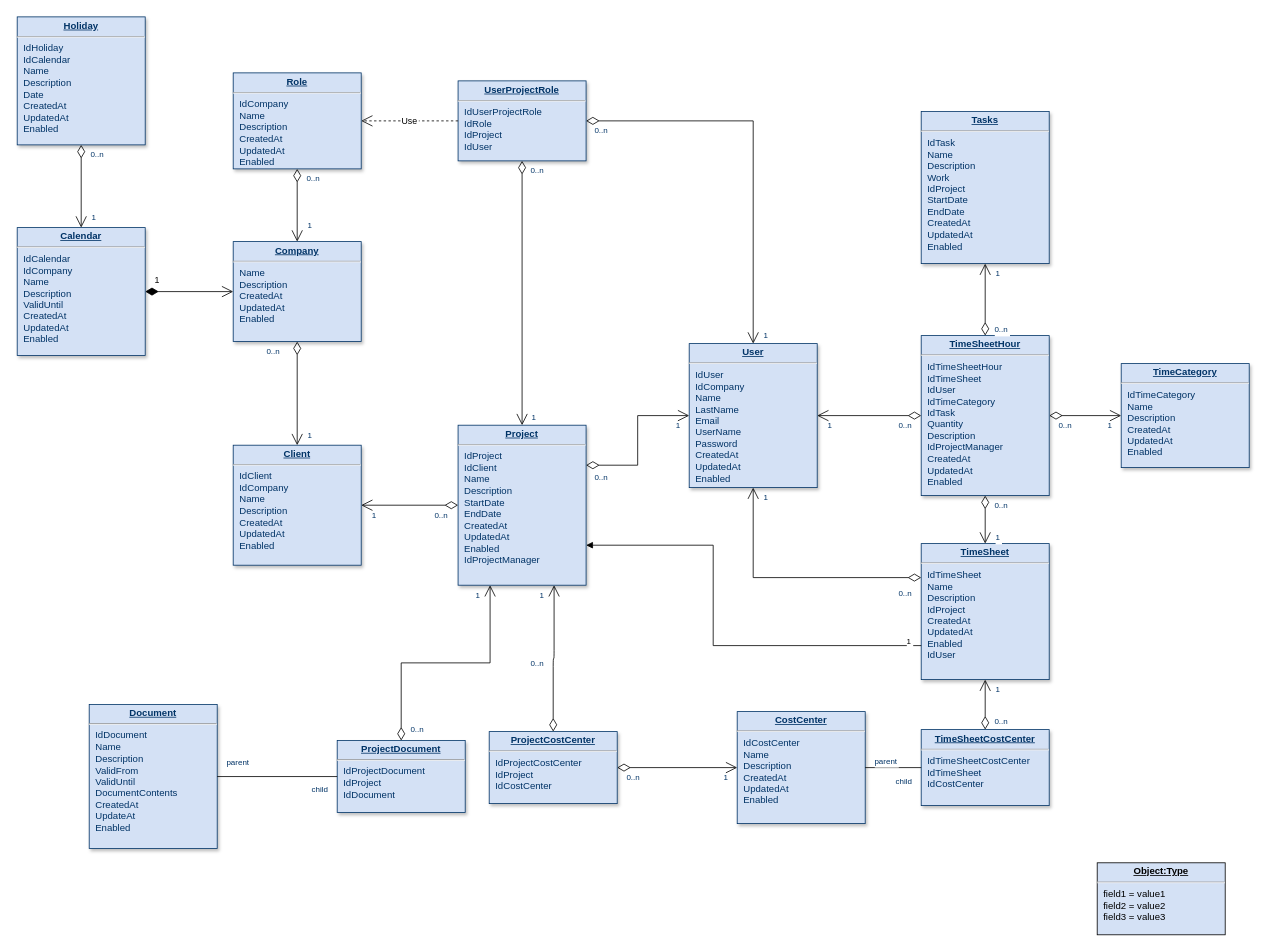
Earlier version of the draw.io diagram page "Page-1" (1 of 2) of 未命名绘图.drawio (duffiye/book). Source tidied: cells renumbered, new cells numbered last; positions are measured from the earlier drawing's top-left corner, leaving out a move shared by most shapes. Both pictures are drawn from the tidied source at 80%, with x=0, y=0 at pixel (17, 17).
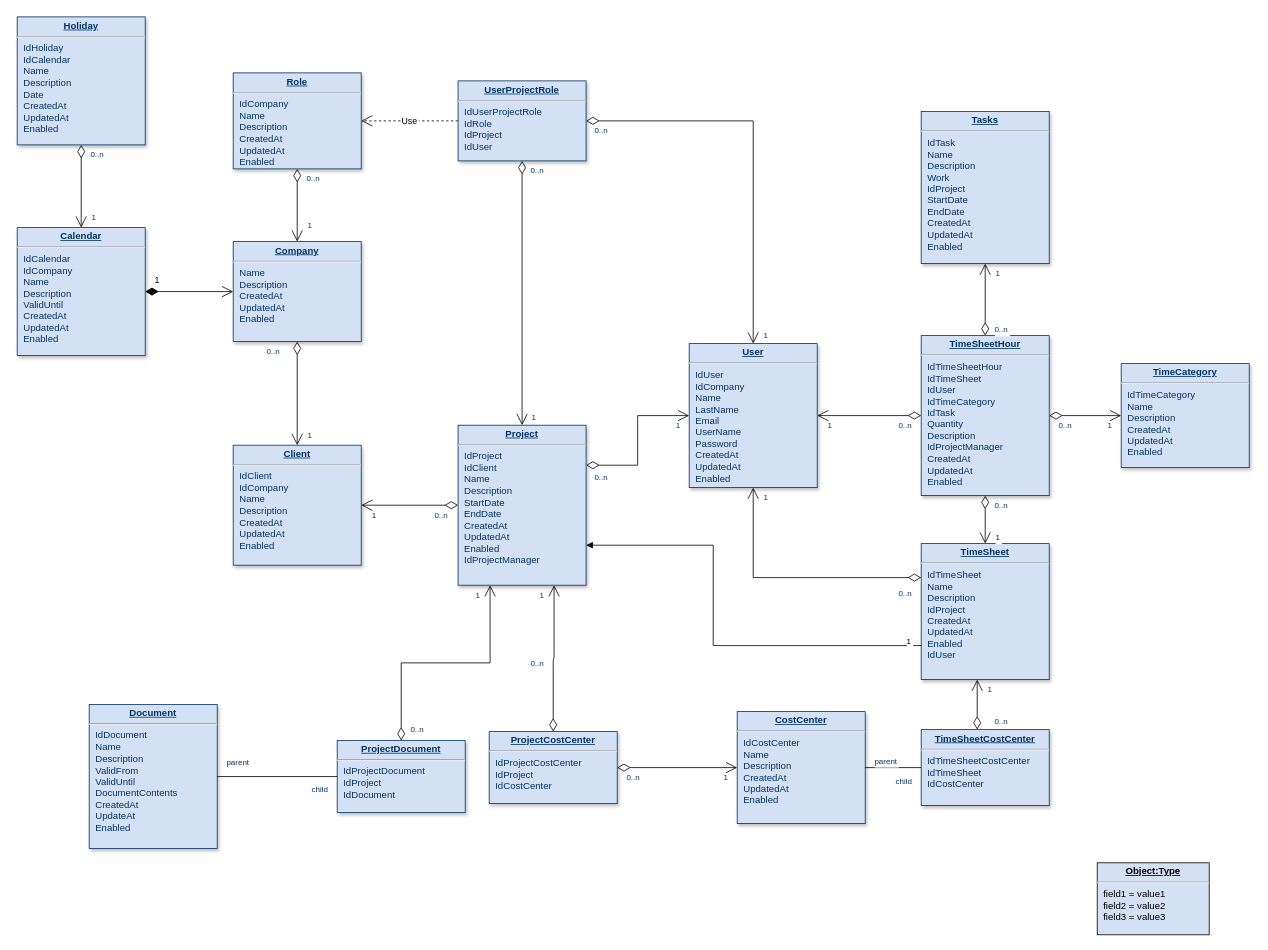
The same page after the edit.

Commit message:
新零售表结构.drawio

The change refers to these unchanged cells:
```xml
<mxCell id="9" value="&lt;p style=&quot;margin: 0px; margin-top: 4px; text-align: center; text-decoration: underline;&quot;&gt;&lt;strong&gt;TimeSheet&lt;/strong&gt;&lt;/p&gt;&lt;hr /&gt;&lt;p style=&quot;margin: 0px; margin-left: 8px;&quot;&gt;IdTimeSheet&lt;/p&gt;&lt;p style=&quot;margin: 0px; margin-left: 8px;&quot;&gt;Name&lt;/p&gt;&lt;p style=&quot;margin: 0px; margin-left: 8px;&quot;&gt;Description&lt;/p&gt;&lt;p style=&quot;margin: 0px; margin-left: 8px;&quot;&gt;IdProject&lt;/p&gt;&lt;p style=&quot;margin: 0px; margin-left: 8px;&quot;&gt;CreatedAt&lt;/p&gt;&lt;p style=&quot;margin: 0px; margin-left: 8px;&quot;&gt;UpdatedAt&lt;/p&gt;&lt;p style=&quot;margin: 0px; margin-left: 8px;&quot;&gt;Enabled&lt;/p&gt;&lt;p style=&quot;margin: 0px; margin-left: 8px;&quot;&gt;IdUser&lt;/p&gt;" style="verticalAlign=top;align=left;overflow=fill;fontSize=12;fontFamily=Helvetica;html=1;strokeColor=#003366;shadow=1;fillColor=#D4E1F5;fontColor=#003366;" parent="1" vertex="1">
  <mxGeometry x="1130" y="658" width="160" height="170" as="geometry" />
</mxCell>
<mxCell id="14" value="&lt;p style=&quot;margin: 0px; margin-top: 4px; text-align: center; text-decoration: underline;&quot;&gt;&lt;strong&gt;TimeSheetCostCenter&lt;/strong&gt;&lt;/p&gt;&lt;hr /&gt;&lt;p style=&quot;margin: 0px; margin-left: 8px;&quot;&gt;IdTimeSheetCostCenter&lt;/p&gt;&lt;p style=&quot;margin: 0px; margin-left: 8px;&quot;&gt;IdTimeSheet&lt;/p&gt;&lt;p style=&quot;margin: 0px; margin-left: 8px;&quot;&gt;IdCostCenter&lt;/p&gt;" style="verticalAlign=top;align=left;overflow=fill;fontSize=12;fontFamily=Helvetica;html=1;strokeColor=#003366;shadow=1;fillColor=#D4E1F5;fontColor=#003366;" parent="1" vertex="1">
  <mxGeometry x="1130" y="890.5" width="160" height="95" as="geometry" />
</mxCell>
```

The edit, as a diff of the source:
```diff
@@
-    <mxCell id="46" style="endArrow=open;endSize=12;startArrow=diamondThin;startSize=14;startFill=0;edgeStyle=orthogonalEdgeStyle;" parent="1" edge="1" source="14" target="9">
-      <mxGeometry x="1079.4" y="560" as="geometry" />
+    <mxCell id="46" style="endArrow=open;endSize=12;startArrow=diamondThin;startSize=14;startFill=0;edgeStyle=orthogonalEdgeStyle;" parent="1" edge="1">
+      <mxGeometry x="1069.4" y="560" as="geometry">
+        <mxPoint x="1200" y="890.5" as="sourcePoint" />
+        <mxPoint x="1200" y="828" as="targetPoint" />
+      </mxGeometry>
     </mxCell>
     <mxCell id="47" value="0..n" style="align=left;verticalAlign=top;labelBackgroundColor=#ffffff;fontSize=10;strokeColor=#003366;shadow=1;fillColor=#D4E1F5;fontColor=#003366;" parent="46" vertex="1">
       <mxGeometry x="-1" relative="1" as="geometry">
-        <mxPoint x="10" y="-22.5" as="offset" />
+        <mxPoint x="20" y="-22" as="offset" />
       </mxGeometry>
     </mxCell>
@@
     <mxCell id="77" value="&lt;p style=&quot;margin:0px;margin-top:4px;text-align:center;text-decoration:underline;&quot;&gt;&lt;b&gt;Object:Type&lt;/b&gt;&lt;/p&gt;&lt;hr/&gt;&lt;p style=&quot;margin:0px;margin-left:8px;&quot;&gt;field1 = value1&lt;br/&gt;field2 = value2&lt;br&gt;field3 = value3&lt;/p&gt;" style="verticalAlign=top;align=left;overflow=fill;fontSize=12;fontFamily=Helvetica;html=1;fillColor=#D4E1F5;" parent="1" vertex="1">
-      <mxGeometry x="1350" y="1057" width="160" height="90" as="geometry" />
+      <mxGeometry x="1350" y="1057" width="140" height="90" as="geometry" />
     </mxCell>
```
